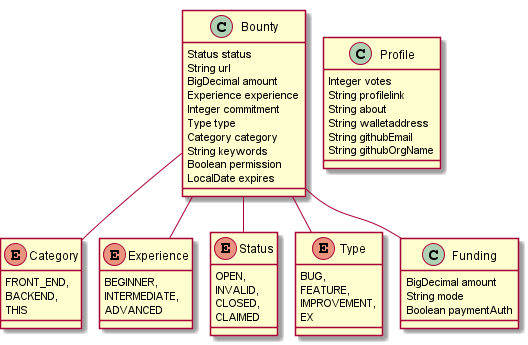
Earlier version of the PlantUML export bounties-jdl.png (openconstitution/bounties-v0). Source of this version:
```plantuml
@startuml
	!pragma graphviz_dot jdot
	!pragma syntax class
	enum Category {
		FRONT_END,
		BACKEND,
		THIS
	}
	enum Experience {
		BEGINNER,
		INTERMEDIATE,
		ADVANCED
	}
	enum Status {
		OPEN,
		INVALID,
		CLOSED,
		CLAIMED
	}
	enum Type {
		BUG,
		FEATURE,
		IMPROVEMENT,
		EX
	}
	class Bounty  {
		Status status
		String url
		BigDecimal amount
		Experience experience
		Integer commitment
		Type type
		Category category
		String keywords
		Boolean permission
		LocalDate expires
	}
	Bounty ..> Status
	Bounty ..> Experience
	Bounty ..> Type
	Bounty ..> Category
	class Funding  {
		BigDecimal amount
		String mode
		Boolean paymentAuth
	}
	class Profile  {
		Integer votes
		String profilelink
		String about
		String walletaddress
		String githubEmail
		String githubOrgName
	}
	Bounty  "fundings 0..1 " --o "bounty 0..* "  Funding
@enduml
```
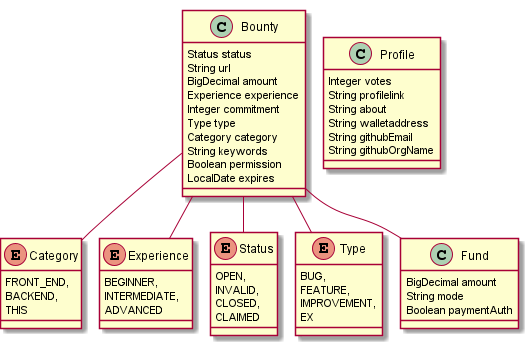
The same diagram one commit later.

What changed in the source:
```diff
@@ -39,7 +39,7 @@
 	Bounty ..> Experience
 	Bounty ..> Type
 	Bounty ..> Category
-	class Funding  {
+	class Fund  {
 		BigDecimal amount
 		String mode
 		Boolean paymentAuth
@@ -52,5 +52,5 @@
 		String githubEmail
 		String githubOrgName
 	}
-	Bounty  "fundings 0..1 " --o "bounty 0..* "  Funding
+	Bounty  "funds 0..1 " --o "bounty 0..* "  Fund
 @enduml
```
